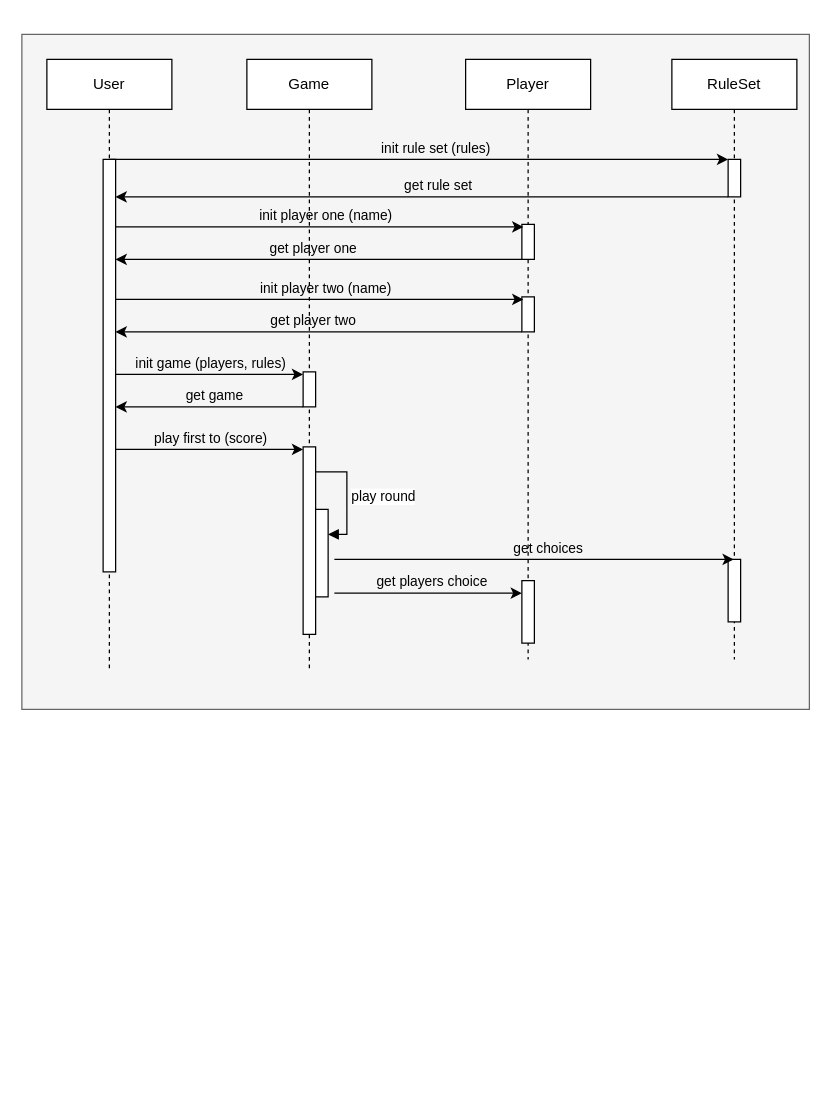
Above: docs/diagrams/sequence.drawio in massimilianobotticelli/rock-paper-scissor (draw.io), before the change. Source tidied: cells renumbered, new cells numbered last; positions are measured from the earlier drawing's top-left corner, leaving out a move shared by most shapes. Both pictures are drawn from the tidied source at 125%, with x=0, y=0 at pixel (21, 34).
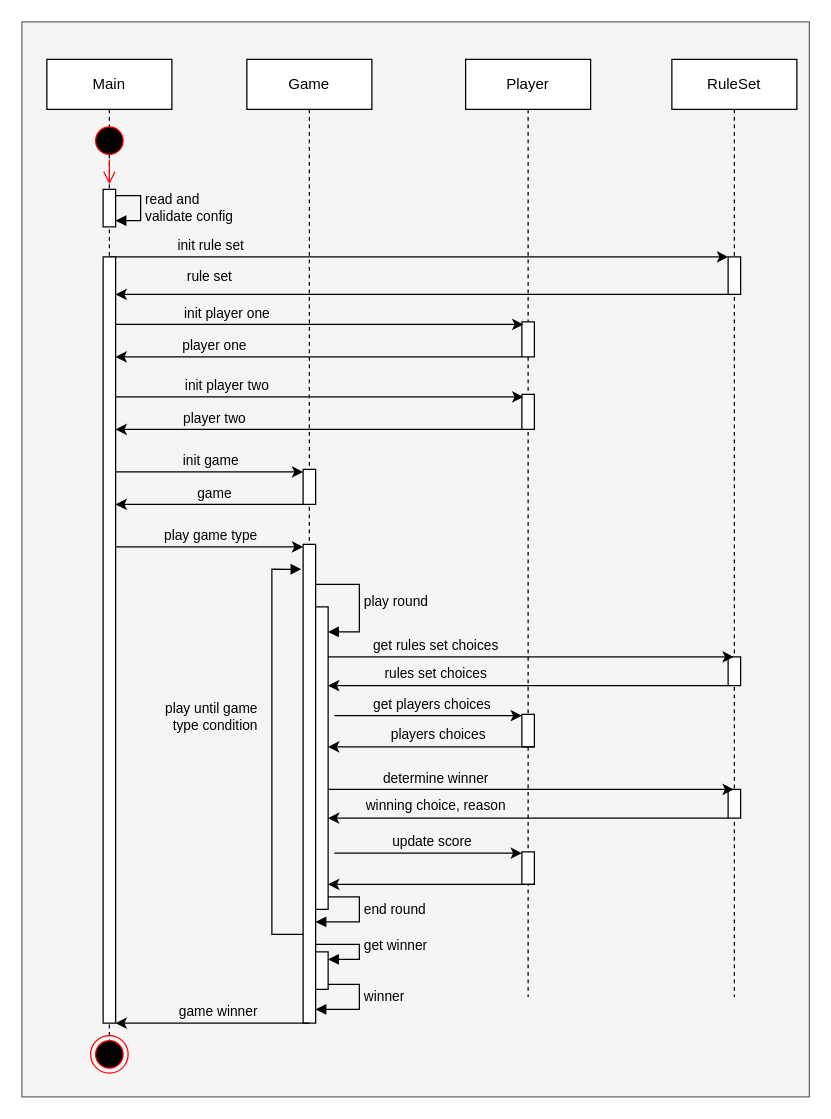
Above is the later version.

Diff of the diagram source:
```diff
@@
     <mxCell id="2" style="rounded=0;whiteSpace=wrap;html=1;fillColor=#f5f5f5;strokeColor=#666666;fontColor=#333333;" parent="1" vertex="1">
-      <mxGeometry width="630" height="540" as="geometry" />
+      <mxGeometry y="-10" width="630" height="860" as="geometry" />
     </mxCell>
     <mxCell id="3" value="Game" style="shape=umlLifeline;perimeter=lifelinePerimeter;whiteSpace=wrap;html=1;newEdgeStyle={&quot;curved&quot;:0,&quot;rounded&quot;:0};labelBackgroundColor=none;" parent="1" vertex="1">
-      <mxGeometry x="180" y="20" width="100" height="490" as="geometry" />
+      <mxGeometry x="180" y="20" width="100" height="750" as="geometry" />
     </mxCell>
     <mxCell id="4" style="html=1;points=[[0,0,0,0,5],[0,1,0,0,-5],[1,0,0,0,5],[1,1,0,0,-5]];perimeter=orthogonalPerimeter;outlineConnect=0;targetShapes=umlLifeline;portConstraint=eastwest;newEdgeStyle={&quot;curved&quot;:0,&quot;rounded&quot;:0};" parent="3" vertex="1">
-      <mxGeometry x="45" y="250" width="10" height="28" as="geometry" />
+      <mxGeometry x="45" y="328" width="10" height="28" as="geometry" />
     </mxCell>
     <mxCell id="5" style="html=1;points=[[0,0,0,0,5],[0,1,0,0,-5],[1,0,0,0,5],[1,1,0,0,-5]];perimeter=orthogonalPerimeter;outlineConnect=0;targetShapes=umlLifeline;portConstraint=eastwest;newEdgeStyle={&quot;curved&quot;:0,&quot;rounded&quot;:0};" parent="3" vertex="1">
-      <mxGeometry x="45" y="310" width="10" height="150" as="geometry" />
+      <mxGeometry x="45" y="388" width="10" height="383" as="geometry" />
     </mxCell>
     <mxCell id="6" style="edgeStyle=none;html=1;" parent="3" edge="1" target="5">
       <mxGeometry relative="1" as="geometry">
-        <mxPoint x="-109" y="312" as="sourcePoint" />
+        <mxPoint x="-109" y="390" as="sourcePoint" />
       </mxGeometry>
     </mxCell>
-    <mxCell id="7" value="play first to (score)" style="edgeLabel;html=1;align=center;verticalAlign=middle;labelBackgroundColor=none;" parent="6" vertex="1">
+    <mxCell id="7" value="play game type" style="edgeLabel;html=1;align=center;verticalAlign=middle;labelBackgroundColor=none;" parent="6" vertex="1">
       <mxGeometry x="0.1" relative="1" as="geometry">
         <mxPoint x="-6" y="-10" as="offset" />
       </mxGeometry>
     </mxCell>
     <mxCell id="8" style="html=1;points=[[0,0,0,0,5],[0,1,0,0,-5],[1,0,0,0,5],[1,1,0,0,-5]];perimeter=orthogonalPerimeter;outlineConnect=0;targetShapes=umlLifeline;portConstraint=eastwest;newEdgeStyle={&quot;curved&quot;:0,&quot;rounded&quot;:0};" parent="3" vertex="1">
-      <mxGeometry x="55" y="360" width="10" height="70" as="geometry" />
+      <mxGeometry x="55" y="438" width="10" height="242" as="geometry" />
     </mxCell>
-    <mxCell id="9" value="play round" style="html=1;align=left;spacingLeft=2;endArrow=block;rounded=0;edgeStyle=orthogonalEdgeStyle;curved=0;rounded=0;" parent="3" edge="1" source="5" target="8">
+    <mxCell id="9" value="play round" style="html=1;align=left;spacingLeft=2;endArrow=block;rounded=0;edgeStyle=orthogonalEdgeStyle;curved=0;rounded=0;labelBackgroundColor=none;" parent="3" edge="1" source="5" target="8">
       <mxGeometry relative="1" as="geometry">
         <Array as="points">
-          <mxPoint x="80" y="330" />
-          <mxPoint x="80" y="380" />
+          <mxPoint x="90" y="420" />
+          <mxPoint x="90" y="458" />
         </Array>
       </mxGeometry>
     </mxCell>
+    <mxCell id="39" value="play until game&lt;div&gt;type condition&lt;/div&gt;" style="html=1;align=right;spacingLeft=2;endArrow=block;rounded=0;edgeStyle=orthogonalEdgeStyle;curved=0;rounded=0;labelBackgroundColor=none;entryX=-0.148;entryY=0.052;entryDx=0;entryDy=0;entryPerimeter=0;" parent="3" edge="1" source="5" target="5">
+      <mxGeometry x="0.17" y="10" relative="1" as="geometry">
+        <Array as="points">
+          <mxPoint x="20" y="700" />
+          <mxPoint x="20" y="407" />
+          <mxPoint x="44" y="407" />
+        </Array>
+      </mxGeometry>
+    </mxCell>
+    <mxCell id="40" style="html=1;points=[[0,0,0,0,5],[0,1,0,0,-5],[1,0,0,0,5],[1,1,0,0,-5]];perimeter=orthogonalPerimeter;outlineConnect=0;targetShapes=umlLifeline;portConstraint=eastwest;newEdgeStyle={&quot;curved&quot;:0,&quot;rounded&quot;:0};" parent="3" vertex="1">
+      <mxGeometry x="55" y="714" width="10" height="30" as="geometry" />
+    </mxCell>
+    <mxCell id="41" value="get winner" style="html=1;align=left;spacingLeft=2;endArrow=block;rounded=0;edgeStyle=orthogonalEdgeStyle;curved=0;rounded=0;labelBackgroundColor=none;" parent="3" edge="1" target="40">
+      <mxGeometry relative="1" as="geometry">
+        <mxPoint x="55" y="708" as="sourcePoint" />
+        <Array as="points">
+          <mxPoint x="90" y="708" />
+          <mxPoint x="90" y="720" />
+        </Array>
+      </mxGeometry>
+    </mxCell>
     <mxCell id="10" value="Player" style="shape=umlLifeline;perimeter=lifelinePerimeter;whiteSpace=wrap;html=1;newEdgeStyle={&quot;curved&quot;:0,&quot;rounded&quot;:0};" parent="1" vertex="1">
-      <mxGeometry x="355" y="20" width="100" height="480" as="geometry" />
+      <mxGeometry x="355" y="20" width="100" height="750" as="geometry" />
     </mxCell>
     <mxCell id="11" style="html=1;perimeter=orthogonalPerimeter;targetShapes=umlLifeline;newEdgeStyle={&quot;curved&quot;:0,&quot;rounded&quot;:0};" parent="10" vertex="1">
-      <mxGeometry x="45" y="132" width="10" height="28" as="geometry" />
+      <mxGeometry x="45" y="210" width="10" height="28" as="geometry" />
     </mxCell>
     <mxCell id="12" style="html=1;perimeter=orthogonalPerimeter;targetShapes=umlLifeline;newEdgeStyle={&quot;curved&quot;:0,&quot;rounded&quot;:0};" parent="10" vertex="1">
-      <mxGeometry x="45" y="190" width="10" height="28" as="geometry" />
+      <mxGeometry x="45" y="268" width="10" height="28" as="geometry" />
     </mxCell>
     <mxCell id="13" style="edgeStyle=none;html=1;" parent="10" edge="1" source="26">
       <mxGeometry relative="1" as="geometry">
-        <mxPoint x="46.2" y="192" as="targetPoint" />
+        <mxPoint x="46.2" y="270" as="targetPoint" />
       </mxGeometry>
     </mxCell>
-    <mxCell id="14" value="&lt;span style=&quot;color: rgb(0, 0, 0);&quot;&gt;init player two (name)&lt;/span&gt;" style="edgeLabel;html=1;align=center;verticalAlign=middle;labelBackgroundColor=none;" parent="13" vertex="1">
+    <mxCell id="14" value="&lt;span style=&quot;color: rgb(0, 0, 0);&quot;&gt;init player two&lt;/span&gt;" style="edgeLabel;html=1;align=center;verticalAlign=middle;labelBackgroundColor=none;" parent="13" vertex="1">
       <mxGeometry x="0.1" relative="1" as="geometry">
-        <mxPoint x="-12" y="-10" as="offset" />
+        <mxPoint x="-91" y="-10" as="offset" />
       </mxGeometry>
     </mxCell>
     <mxCell id="15" style="edgeStyle=none;html=1;" parent="10" edge="1" target="26">
       <mxGeometry relative="1" as="geometry">
-        <mxPoint x="45" y="218" as="sourcePoint" />
+        <mxPoint x="45" y="296" as="sourcePoint" />
       </mxGeometry>
     </mxCell>
-    <mxCell id="16" value="&lt;span style=&quot;color: rgb(0, 0, 0);&quot;&gt;get player two&lt;/span&gt;" style="edgeLabel;html=1;align=center;verticalAlign=middle;labelBackgroundColor=none;" parent="15" vertex="1">
+    <mxCell id="16" value="&lt;span style=&quot;color: rgb(0, 0, 0);&quot;&gt;player two&lt;/span&gt;" style="edgeLabel;html=1;align=center;verticalAlign=middle;labelBackgroundColor=none;" parent="15" vertex="1">
       <mxGeometry x="0.1" relative="1" as="geometry">
-        <mxPoint x="11" y="-10" as="offset" />
+        <mxPoint x="-68" y="-10" as="offset" />
       </mxGeometry>
     </mxCell>
     <mxCell id="17" style="edgeStyle=none;html=1;" parent="10" edge="1" target="4">
       <mxGeometry relative="1" as="geometry">
-        <mxPoint x="-284" y="252" as="sourcePoint" />
+        <mxPoint x="-284" y="330" as="sourcePoint" />
       </mxGeometry>
     </mxCell>
-    <mxCell id="18" value="init game (players, rules)" style="edgeLabel;html=1;align=center;verticalAlign=middle;labelBackgroundColor=none;" parent="17" vertex="1">
+    <mxCell id="18" value="init game" style="edgeLabel;html=1;align=center;verticalAlign=middle;labelBackgroundColor=none;" parent="17" vertex="1">
       <mxGeometry x="0.1" relative="1" as="geometry">
         <mxPoint x="-6" y="-10" as="offset" />
       </mxGeometry>
     </mxCell>
-    <mxCell id="19" style="html=1;perimeter=orthogonalPerimeter;targetShapes=umlLifeline;newEdgeStyle={&quot;curved&quot;:0,&quot;rounded&quot;:0};" parent="10" vertex="1">
-      <mxGeometry x="45" y="417" width="10" height="50" as="geometry" />
-    </mxCell>
+    <mxCell id="42" style="html=1;perimeter=orthogonalPerimeter;targetShapes=umlLifeline;newEdgeStyle={&quot;curved&quot;:0,&quot;rounded&quot;:0};" parent="10" vertex="1">
+      <mxGeometry x="45" y="634" width="10" height="26" as="geometry" />
+    </mxCell>
+    <mxCell id="43" style="edgeStyle=none;html=1;" parent="10" edge="1">
+      <mxGeometry relative="1" as="geometry">
+        <mxPoint x="-105" y="635" as="sourcePoint" />
+        <mxPoint x="45" y="635" as="targetPoint" />
+      </mxGeometry>
+    </mxCell>
+    <mxCell id="44" value="update score" style="edgeLabel;html=1;align=center;verticalAlign=middle;labelBackgroundColor=none;" parent="43" vertex="1">
+      <mxGeometry x="0.1" relative="1" as="geometry">
+        <mxPoint x="-6" y="-10" as="offset" />
+      </mxGeometry>
+    </mxCell>
+    <mxCell id="45" style="edgeStyle=none;html=1;" parent="10" edge="1">
+      <mxGeometry relative="1" as="geometry">
+        <mxPoint x="55" y="660" as="sourcePoint" />
+        <mxPoint x="-110" y="660" as="targetPoint" />
+      </mxGeometry>
+    </mxCell>
     <mxCell id="20" value="RuleSet" style="shape=umlLifeline;perimeter=lifelinePerimeter;whiteSpace=wrap;html=1;outlineConnect=0;portConstraint=eastwest;newEdgeStyle={&quot;curved&quot;:0,&quot;rounded&quot;:0};" parent="1" vertex="1">
-      <mxGeometry x="520" y="20" width="100" height="480" as="geometry" />
+      <mxGeometry x="520" y="20" width="100" height="750" as="geometry" />
     </mxCell>
     <mxCell id="21" style="html=1;points=[[0,0,0,0,5],[0,1,0,0,-5],[1,0,0,0,5],[1,1,0,0,-5]];perimeter=orthogonalPerimeter;outlineConnect=0;targetShapes=umlLifeline;portConstraint=eastwest;newEdgeStyle={&quot;curved&quot;:0,&quot;rounded&quot;:0};" parent="20" vertex="1">
-      <mxGeometry x="45" y="80" width="10" height="30" as="geometry" />
+      <mxGeometry x="45" y="158" width="10" height="30" as="geometry" />
     </mxCell>
     <mxCell id="22" style="html=1;perimeter=orthogonalPerimeter;targetShapes=umlLifeline;newEdgeStyle={&quot;curved&quot;:0,&quot;rounded&quot;:0};" parent="20" vertex="1">
-      <mxGeometry x="45" y="400" width="10" height="50" as="geometry" />
+      <mxGeometry x="45" y="478" width="10" height="23" as="geometry" />
     </mxCell>
+    <mxCell id="46" style="html=1;perimeter=orthogonalPerimeter;targetShapes=umlLifeline;newEdgeStyle={&quot;curved&quot;:0,&quot;rounded&quot;:0};" parent="20" vertex="1">
+      <mxGeometry x="45" y="584" width="10" height="23" as="geometry" />
+    </mxCell>
+    <mxCell id="47" style="edgeStyle=none;html=1;" parent="20" edge="1">
+      <mxGeometry relative="1" as="geometry">
+        <mxPoint x="-275" y="584" as="sourcePoint" />
+        <mxPoint x="49.5" y="584" as="targetPoint" />
+      </mxGeometry>
+    </mxCell>
+    <mxCell id="48" value="determine winner" style="edgeLabel;html=1;align=center;verticalAlign=middle;labelBackgroundColor=none;" parent="47" vertex="1">
+      <mxGeometry x="0.1" relative="1" as="geometry">
+        <mxPoint x="-93" y="-10" as="offset" />
+      </mxGeometry>
+    </mxCell>
+    <mxCell id="49" style="edgeStyle=none;html=1;" parent="20" edge="1">
+      <mxGeometry relative="1" as="geometry">
+        <mxPoint x="45" y="607" as="sourcePoint" />
+        <mxPoint x="-275" y="607" as="targetPoint" />
+      </mxGeometry>
+    </mxCell>
+    <mxCell id="50" value="&lt;span style=&quot;color: rgb(0, 0, 0);&quot;&gt;winning choice, reason&lt;/span&gt;" style="edgeLabel;html=1;align=center;verticalAlign=middle;labelBackgroundColor=none;" parent="49" vertex="1">
+      <mxGeometry x="0.1" relative="1" as="geometry">
+        <mxPoint x="-59" y="-11" as="offset" />
+      </mxGeometry>
+    </mxCell>
     <mxCell id="23" style="edgeStyle=none;html=1;" parent="1" edge="1" target="21">
       <mxGeometry relative="1" as="geometry">
-        <mxPoint x="70" y="100" as="sourcePoint" />
+        <mxPoint x="70" y="178" as="sourcePoint" />
       </mxGeometry>
     </mxCell>
-    <mxCell id="24" value="init rule set (rules)" style="edgeLabel;html=1;align=center;verticalAlign=middle;labelBackgroundColor=none;" parent="23" vertex="1">
+    <mxCell id="24" value="init rule set" style="edgeLabel;html=1;align=center;verticalAlign=middle;labelBackgroundColor=none;" parent="23" vertex="1">
       <mxGeometry x="0.1" relative="1" as="geometry">
-        <mxPoint x="-12" y="-10" as="offset" />
+        <mxPoint x="-192" y="-10" as="offset" />
       </mxGeometry>
     </mxCell>
-    <mxCell id="25" value="User" style="shape=umlLifeline;perimeter=lifelinePerimeter;whiteSpace=wrap;html=1;newEdgeStyle={&quot;curved&quot;:0,&quot;rounded&quot;:0};" parent="1" vertex="1">
-      <mxGeometry x="20" y="20" width="100" height="490" as="geometry" />
+    <mxCell id="25" value="Main" style="shape=umlLifeline;perimeter=lifelinePerimeter;whiteSpace=wrap;html=1;newEdgeStyle={&quot;curved&quot;:0,&quot;rounded&quot;:0};" parent="1" vertex="1">
+      <mxGeometry x="20" y="20" width="100" height="790" as="geometry" />
     </mxCell>
     <mxCell id="26" style="html=1;points=[[0,0,0,0,5],[0,1,0,0,-5],[1,0,0,0,5],[1,1,0,0,-5]];perimeter=orthogonalPerimeter;outlineConnect=0;targetShapes=umlLifeline;portConstraint=eastwest;newEdgeStyle={&quot;curved&quot;:0,&quot;rounded&quot;:0};" parent="25" vertex="1">
-      <mxGeometry x="45" y="80" width="10" height="330" as="geometry" />
+      <mxGeometry x="45" y="158" width="10" height="613" as="geometry" />
     </mxCell>
+    <mxCell id="51" style="html=1;points=[[0,0,0,0,5],[0,1,0,0,-5],[1,0,0,0,5],[1,1,0,0,-5]];perimeter=orthogonalPerimeter;outlineConnect=0;targetShapes=umlLifeline;portConstraint=eastwest;newEdgeStyle={&quot;curved&quot;:0,&quot;rounded&quot;:0};" parent="25" vertex="1">
+      <mxGeometry x="45" y="104" width="10" height="30" as="geometry" />
+    </mxCell>
+    <mxCell id="52" value="read and&lt;div&gt;validate config&lt;/div&gt;" style="html=1;align=left;spacingLeft=2;endArrow=block;rounded=0;edgeStyle=orthogonalEdgeStyle;curved=0;rounded=0;labelBackgroundColor=none;exitX=1;exitY=0;exitDx=0;exitDy=5;exitPerimeter=0;" parent="25" edge="1" source="51" target="51">
+      <mxGeometry relative="1" as="geometry">
+        <Array as="points">
+          <mxPoint x="75" y="109" />
+          <mxPoint x="75" y="129" />
+        </Array>
+      </mxGeometry>
+    </mxCell>
     <mxCell id="27" style="edgeStyle=none;html=1;" parent="1" edge="1" source="26">
       <mxGeometry relative="1" as="geometry">
-        <mxPoint x="401.2" y="154" as="targetPoint" />
+        <mxPoint x="401.2" y="232" as="targetPoint" />
       </mxGeometry>
     </mxCell>
-    <mxCell id="28" value="init player one (name)" style="edgeLabel;html=1;align=center;verticalAlign=middle;labelBackgroundColor=none;" parent="27" vertex="1">
+    <mxCell id="28" value="init player one" style="edgeLabel;html=1;align=center;verticalAlign=middle;labelBackgroundColor=none;" parent="27" vertex="1">
       <mxGeometry x="0.1" relative="1" as="geometry">
-        <mxPoint x="-12" y="-10" as="offset" />
+        <mxPoint x="-91" y="-10" as="offset" />
       </mxGeometry>
     </mxCell>
     <mxCell id="29" style="edgeStyle=none;html=1;" parent="1" edge="1" target="26">
       <mxGeometry relative="1" as="geometry">
-        <mxPoint x="565" y="130" as="sourcePoint" />
+        <mxPoint x="565" y="208" as="sourcePoint" />
       </mxGeometry>
     </mxCell>
-    <mxCell id="30" value="get rule set" style="edgeLabel;html=1;align=center;verticalAlign=middle;labelBackgroundColor=none;" parent="29" vertex="1">
+    <mxCell id="30" value="rule set" style="edgeLabel;html=1;align=center;verticalAlign=middle;labelBackgroundColor=none;" parent="29" vertex="1">
       <mxGeometry x="0.1" relative="1" as="geometry">
-        <mxPoint x="37" y="-10" as="offset" />
+        <mxPoint x="-146" y="-15" as="offset" />
       </mxGeometry>
     </mxCell>
     <mxCell id="31" style="edgeStyle=none;html=1;" parent="1" edge="1" target="26">
       <mxGeometry relative="1" as="geometry">
-        <mxPoint x="400" y="180" as="sourcePoint" />
+        <mxPoint x="400" y="258" as="sourcePoint" />
       </mxGeometry>
     </mxCell>
-    <mxCell id="32" value="get player one" style="edgeLabel;html=1;align=center;verticalAlign=middle;labelBackgroundColor=none;" parent="31" vertex="1">
+    <mxCell id="32" value="player one" style="edgeLabel;html=1;align=center;verticalAlign=middle;labelBackgroundColor=none;" parent="31" vertex="1">
       <mxGeometry x="0.1" relative="1" as="geometry">
-        <mxPoint x="11" y="-10" as="offset" />
+        <mxPoint x="-68" y="-10" as="offset" />
       </mxGeometry>
     </mxCell>
     <mxCell id="33" style="edgeStyle=none;html=1;" parent="1" edge="1" source="4">
       <mxGeometry relative="1" as="geometry">
-        <mxPoint x="75" y="298" as="targetPoint" />
+        <mxPoint x="75" y="376" as="targetPoint" />
       </mxGeometry>
     </mxCell>
-    <mxCell id="34" value="get game" style="edgeLabel;html=1;align=center;verticalAlign=middle;labelBackgroundColor=none;" parent="33" vertex="1">
+    <mxCell id="34" value="game" style="edgeLabel;html=1;align=center;verticalAlign=middle;labelBackgroundColor=none;" parent="33" vertex="1">
       <mxGeometry x="0.1" relative="1" as="geometry">
         <mxPoint x="11" y="-10" as="offset" />
       </mxGeometry>
     </mxCell>
+    <mxCell id="37" style="edgeStyle=none;html=1;" parent="1" edge="1" source="8">
+      <mxGeometry relative="1" as="geometry">
+        <mxPoint x="569.5" y="498" as="targetPoint" />
+      </mxGeometry>
+    </mxCell>
+    <mxCell id="38" value="get rules set choices" style="edgeLabel;html=1;align=center;verticalAlign=middle;labelBackgroundColor=none;" parent="37" vertex="1">
+      <mxGeometry x="0.1" relative="1" as="geometry">
+        <mxPoint x="-93" y="-10" as="offset" />
+      </mxGeometry>
+    </mxCell>
+    <mxCell id="53" style="edgeStyle=none;html=1;" parent="1" edge="1" target="8">
+      <mxGeometry relative="1" as="geometry">
+        <mxPoint x="565" y="521" as="sourcePoint" />
+      </mxGeometry>
+    </mxCell>
+    <mxCell id="54" value="&lt;span style=&quot;color: rgb(0, 0, 0);&quot;&gt;rules set choices&lt;/span&gt;" style="edgeLabel;html=1;align=center;verticalAlign=middle;labelBackgroundColor=none;" parent="53" vertex="1">
+      <mxGeometry x="0.1" relative="1" as="geometry">
+        <mxPoint x="-59" y="-11" as="offset" />
+      </mxGeometry>
+    </mxCell>
+    <mxCell id="19" style="html=1;perimeter=orthogonalPerimeter;targetShapes=umlLifeline;newEdgeStyle={&quot;curved&quot;:0,&quot;rounded&quot;:0};" parent="1" vertex="1">
+      <mxGeometry x="400" y="544" width="10" height="26" as="geometry" />
+    </mxCell>
     <mxCell id="35" style="edgeStyle=none;html=1;" parent="1" edge="1">
       <mxGeometry relative="1" as="geometry">
-        <mxPoint x="250" y="447" as="sourcePoint" />
-        <mxPoint x="400" y="447" as="targetPoint" />
+        <mxPoint x="250" y="545" as="sourcePoint" />
+        <mxPoint x="400" y="545" as="targetPoint" />
       </mxGeometry>
     </mxCell>
-    <mxCell id="36" value="get players choice" style="edgeLabel;html=1;align=center;verticalAlign=middle;labelBackgroundColor=none;" parent="35" vertex="1">
+    <mxCell id="36" value="get players choices" style="edgeLabel;html=1;align=center;verticalAlign=middle;labelBackgroundColor=none;" parent="35" vertex="1">
       <mxGeometry x="0.1" relative="1" as="geometry">
         <mxPoint x="-6" y="-10" as="offset" />
       </mxGeometry>
     </mxCell>
-    <mxCell id="37" style="edgeStyle=none;html=1;" parent="1" edge="1" target="20">
-      <mxGeometry relative="1" as="geometry">
-        <mxPoint x="250" y="420" as="sourcePoint" />
-      </mxGeometry>
-    </mxCell>
-    <mxCell id="38" value="get choices" style="edgeLabel;html=1;align=center;verticalAlign=middle;labelBackgroundColor=none;" parent="37" vertex="1">
-      <mxGeometry x="0.1" relative="1" as="geometry">
-        <mxPoint x="-6" y="-10" as="offset" />
-      </mxGeometry>
-    </mxCell>
+    <mxCell id="55" style="edgeStyle=none;html=1;" parent="1" edge="1">
+      <mxGeometry relative="1" as="geometry">
+        <mxPoint x="410" y="570" as="sourcePoint" />
+        <mxPoint x="245" y="570" as="targetPoint" />
+      </mxGeometry>
+    </mxCell>
+    <mxCell id="56" value="&lt;span style=&quot;color: rgb(0, 0, 0);&quot;&gt;players choices&lt;/span&gt;" style="edgeLabel;html=1;align=center;verticalAlign=middle;labelBackgroundColor=none;" parent="55" vertex="1">
+      <mxGeometry x="0.1" relative="1" as="geometry">
+        <mxPoint x="13" y="-11" as="offset" />
+      </mxGeometry>
+    </mxCell>
+    <mxCell id="57" style="edgeStyle=none;html=1;" parent="1" edge="1">
+      <mxGeometry relative="1" as="geometry">
+        <mxPoint x="230" y="791" as="sourcePoint" />
+        <mxPoint x="75" y="791" as="targetPoint" />
+      </mxGeometry>
+    </mxCell>
+    <mxCell id="58" value="game winner" style="edgeLabel;html=1;align=center;verticalAlign=middle;labelBackgroundColor=none;" parent="57" vertex="1">
+      <mxGeometry x="0.1" relative="1" as="geometry">
+        <mxPoint x="11" y="-10" as="offset" />
+      </mxGeometry>
+    </mxCell>
+    <mxCell id="59" style="ellipse;html=1;shape=endState;fillColor=#000000;strokeColor=#ff0000;" parent="1" vertex="1">
+      <mxGeometry x="55" y="801" width="30" height="30" as="geometry" />
+    </mxCell>
+    <mxCell id="60" style="ellipse;html=1;shape=startState;fillColor=#000000;strokeColor=#ff0000;" parent="1" vertex="1">
+      <mxGeometry x="55" y="70" width="30" height="30" as="geometry" />
+    </mxCell>
+    <mxCell id="61" style="edgeStyle=orthogonalEdgeStyle;html=1;verticalAlign=bottom;endArrow=open;endSize=8;strokeColor=#ff0000;" parent="1" edge="1" source="60">
+      <mxGeometry relative="1" as="geometry">
+        <mxPoint x="70" y="120" as="targetPoint" />
+      </mxGeometry>
+    </mxCell>
+    <mxCell id="62" value="end round" style="html=1;align=left;spacingLeft=2;endArrow=block;rounded=0;edgeStyle=orthogonalEdgeStyle;curved=0;rounded=0;labelBackgroundColor=none;" parent="1" edge="1">
+      <mxGeometry x="-0.13" relative="1" as="geometry">
+        <mxPoint x="245" y="690" as="sourcePoint" />
+        <mxPoint x="235" y="710" as="targetPoint" />
+        <Array as="points">
+          <mxPoint x="270" y="690" />
+          <mxPoint x="270" y="710" />
+        </Array>
+      </mxGeometry>
+    </mxCell>
+    <mxCell id="63" value="winner" style="html=1;align=left;spacingLeft=2;endArrow=block;rounded=0;edgeStyle=orthogonalEdgeStyle;curved=0;rounded=0;labelBackgroundColor=none;" parent="1" edge="1" target="5">
+      <mxGeometry x="-0.12" relative="1" as="geometry">
+        <mxPoint x="245" y="760" as="sourcePoint" />
+        <Array as="points">
+          <mxPoint x="270" y="760" />
+          <mxPoint x="270" y="780" />
+        </Array>
+      </mxGeometry>
+    </mxCell>
```
